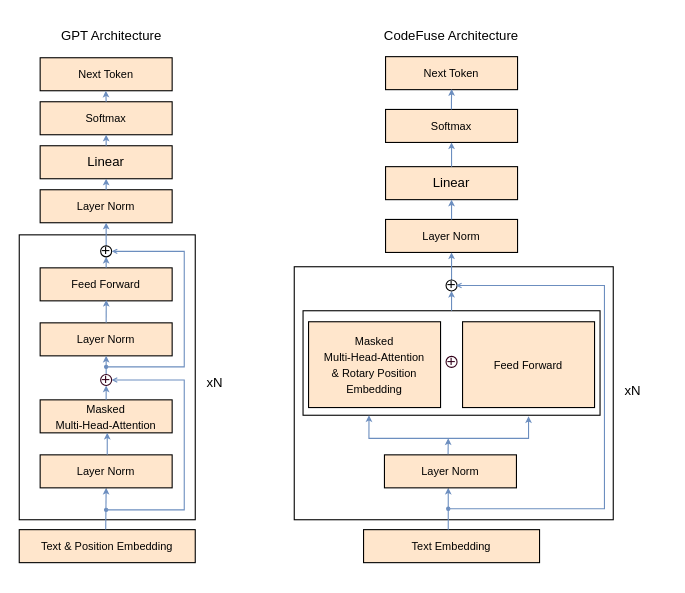
Above: 未命名绘图.drawio in cdj0311/2021-GAIIC-phase3-idea (draw.io), before the change. Source tidied: cells renumbered, new cells numbered last; positions are measured from the earlier drawing's top-left corner, leaving out a move shared by most shapes. Both pictures are drawn from the tidied source at 110%, with x=0, y=0 at pixel (19, 19).
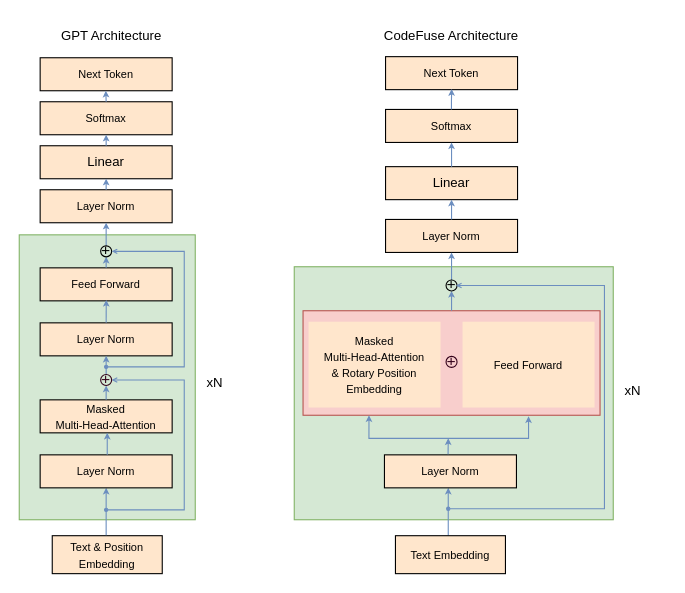
The same page after the edit.

The change refers to these unchanged cells:
```xml
<mxCell id="7" value="&lt;span style=&quot;font-size: 10px;&quot;&gt;Layer Norm&lt;/span&gt;" style="rounded=0;whiteSpace=wrap;html=1;fillColor=#ffe6cc;strokeColor=default;" parent="1" vertex="1">
  <mxGeometry x="19" y="396" width="120" height="30" as="geometry" />
</mxCell>
```

What changed in the source:
```diff
@@
-    <mxCell id="2" style="rounded=0;whiteSpace=wrap;html=1;" parent="1" vertex="1">
+    <mxCell id="2" style="rounded=0;whiteSpace=wrap;html=1;fillColor=#d5e8d4;strokeColor=#82b366;" parent="1" vertex="1">
       <mxGeometry x="250" y="225" width="290" height="230" as="geometry" />
     </mxCell>
-    <mxCell id="3" style="rounded=0;whiteSpace=wrap;html=1;" parent="1" vertex="1">
+    <mxCell id="3" style="rounded=0;whiteSpace=wrap;html=1;fillColor=#f8cecc;strokeColor=#b85450;" parent="1" vertex="1">
       <mxGeometry x="258" y="265" width="270" height="95" as="geometry" />
     </mxCell>
-    <mxCell id="4" style="rounded=0;whiteSpace=wrap;html=1;" parent="1" vertex="1">
+    <mxCell id="4" style="rounded=0;whiteSpace=wrap;html=1;fillColor=#d5e8d4;strokeColor=#82b366;" parent="1" vertex="1">
       <mxGeometry y="196" width="160" height="259" as="geometry" />
     </mxCell>
-    <mxCell id="5" value="&lt;font style=&quot;font-size: 10px;&quot;&gt;Text &amp;amp; Position Embedding&lt;/font&gt;" style="rounded=0;whiteSpace=wrap;html=1;fillColor=#ffe6cc;strokeColor=default;" parent="1" vertex="1">
-      <mxGeometry y="464" width="160" height="30" as="geometry" />
+    <mxCell id="5" value="&lt;font style=&quot;font-size: 10px;&quot;&gt;Text &amp;amp; Position&lt;br&gt;Embedding&lt;/font&gt;" style="rounded=0;whiteSpace=wrap;html=1;fillColor=#ffe6cc;strokeColor=default;" parent="1" vertex="1">
+      <mxGeometry x="30" y="469.5" width="100" height="34.5" as="geometry" />
     </mxCell>
-    <mxCell id="6" style="endArrow=classic;html=1;rounded=0;entryX=0.5;entryY=1;entryDx=0;entryDy=0;exitX=0.427;exitY=-0.073;exitDx=0;exitDy=0;exitPerimeter=0;endSize=3;fillColor=#dae8fc;strokeColor=#6c8ebf;" parent="1" edge="1" target="7">
+    <mxCell id="6" style="endArrow=classic;html=1;rounded=0;entryX=0.5;entryY=1;entryDx=0;entryDy=0;endSize=3;fillColor=#dae8fc;strokeColor=#6c8ebf;exitX=0.5;exitY=0;exitDx=0;exitDy=0;" parent="1" edge="1" target="7">
       <mxGeometry relative="1" as="geometry">
-        <mxPoint x="78.6" y="463.8" as="sourcePoint" />
+        <mxPoint x="79" y="469" as="sourcePoint" />
       </mxGeometry>
     </mxCell>
@@
-    <mxCell id="30" value="&lt;font style=&quot;font-size: 10px;&quot;&gt;Text Embedding&lt;/font&gt;" style="rounded=0;whiteSpace=wrap;html=1;fillColor=#ffe6cc;strokeColor=default;" parent="1" vertex="1">
-      <mxGeometry x="313" y="464" width="160" height="30" as="geometry" />
-    </mxCell>
-    <mxCell id="31" style="endArrow=classic;html=1;rounded=0;entryX=0.5;entryY=1;entryDx=0;entryDy=0;endSize=3;fillColor=#dae8fc;strokeColor=#6c8ebf;" parent="1" edge="1">
+    <mxCell id="31" style="endArrow=classic;html=1;rounded=0;entryX=0.5;entryY=1;entryDx=0;entryDy=0;endSize=3;fillColor=#dae8fc;strokeColor=#6c8ebf;exitX=0.48;exitY=-0.004;exitDx=0;exitDy=0;exitPerimeter=0;" parent="1" edge="1" source="30">
       <mxGeometry relative="1" as="geometry">
-        <mxPoint x="390" y="464" as="sourcePoint" />
         <mxPoint x="390" y="426" as="targetPoint" />
       </mxGeometry>
     </mxCell>
@@
-    <mxCell id="45" value="&lt;span style=&quot;font-size: 10px;&quot;&gt;Masked &lt;br&gt;Multi-Head-Attention&lt;br&gt;&amp;amp; Rotary Position Embedding&lt;br&gt;&lt;/span&gt;" style="rounded=0;whiteSpace=wrap;html=1;fillColor=#ffe6cc;strokeColor=#000000;" parent="1" vertex="1">
+    <mxCell id="45" value="&lt;span style=&quot;font-size: 10px;&quot;&gt;Masked &lt;br&gt;Multi-Head-Attention&lt;br&gt;&amp;amp; Rotary Position Embedding&lt;br&gt;&lt;/span&gt;" style="rounded=0;whiteSpace=wrap;html=1;fillColor=#ffe6cc;strokeColor=none;" parent="1" vertex="1">
       <mxGeometry x="263" y="275" width="120" height="78" as="geometry" />
     </mxCell>
-    <mxCell id="46" value="&lt;span style=&quot;font-size: 10px;&quot;&gt;Feed Forward&lt;br&gt;&lt;/span&gt;" style="rounded=0;whiteSpace=wrap;html=1;fillColor=#ffe6cc;strokeColor=default;" parent="1" vertex="1">
+    <mxCell id="46" value="&lt;span style=&quot;font-size: 10px;&quot;&gt;Feed Forward&lt;br&gt;&lt;/span&gt;" style="rounded=0;whiteSpace=wrap;html=1;fillColor=#ffe6cc;strokeColor=none;" parent="1" vertex="1">
       <mxGeometry x="403" y="275" width="120" height="78" as="geometry" />
     </mxCell>
@@
+    <mxCell id="30" value="&lt;font style=&quot;font-size: 10px;&quot;&gt;Text Embedding&lt;/font&gt;" style="rounded=0;whiteSpace=wrap;html=1;fillColor=#ffe6cc;strokeColor=default;" parent="1" vertex="1">
+      <mxGeometry x="342" y="469.5" width="100" height="34.5" as="geometry" />
+    </mxCell>
```
